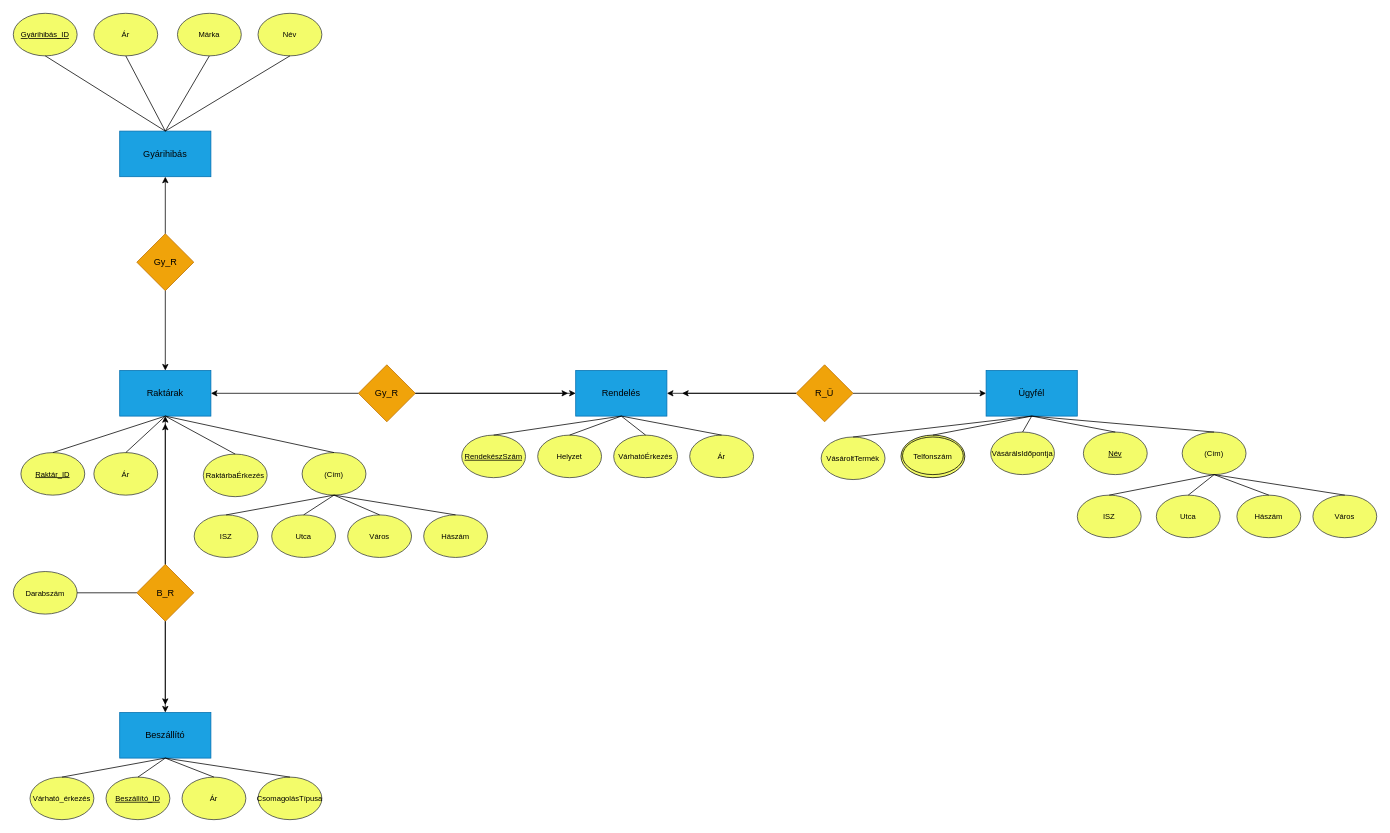
Above: DBSemTaskCBOYZF/ERCBOYZF.drawio in GYKevin190/CBOYZF_DB1Gyak (draw.io), before the change. Source tidied: cells renumbered, new cells numbered last; positions are measured from the earlier drawing's top-left corner, leaving out a move shared by most shapes. Both pictures are drawn from the tidied source at 76%, with x=0, y=0 at pixel (13, 13).
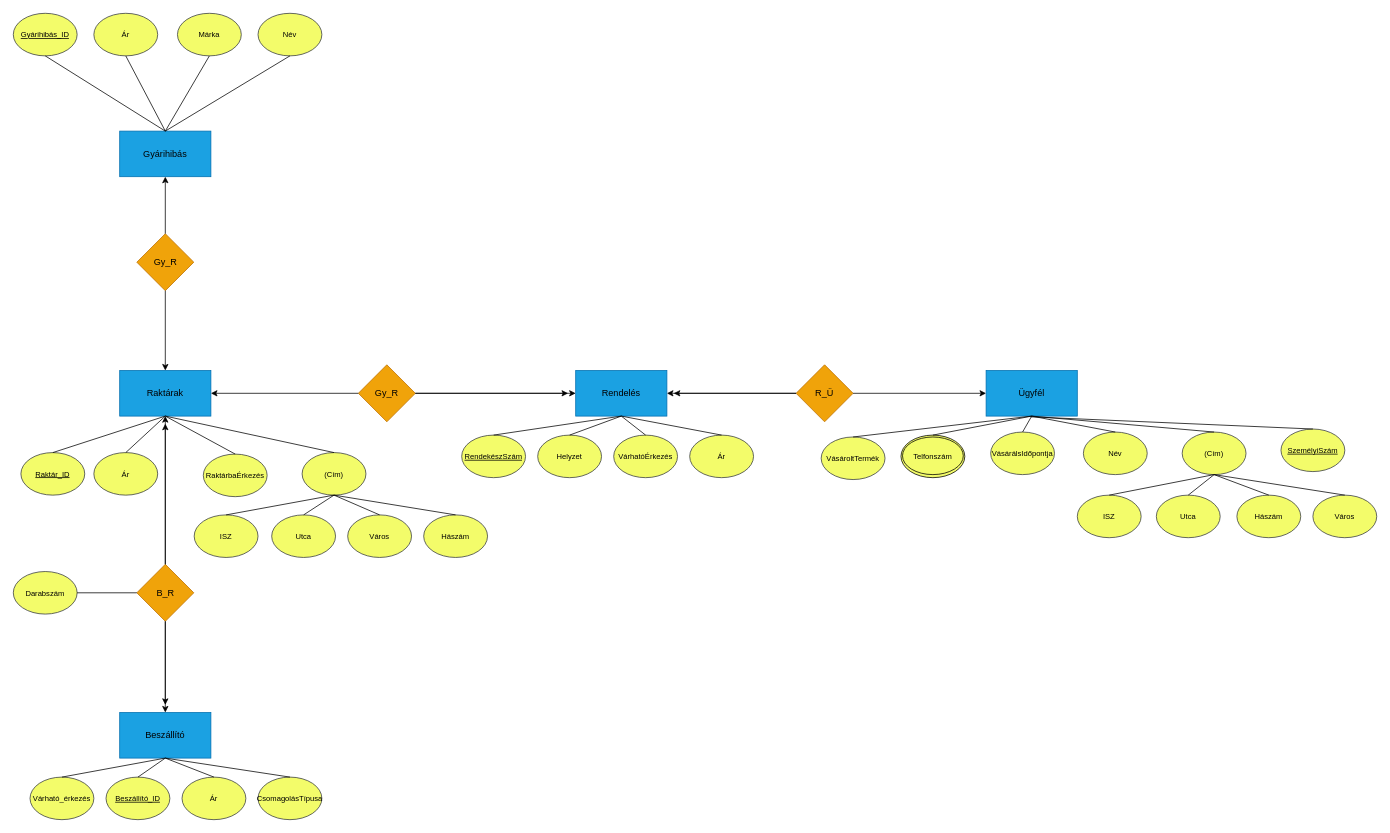
The same diagram, later.

The change refers to these unchanged cells:
```xml
<mxCell id="56" value="R_Ü" style="rhombus;whiteSpace=wrap;html=1;fillColor=#f0a30a;fontColor=#000000;strokeColor=#BD7000;" parent="1" vertex="1">
  <mxGeometry x="1030" y="462.5" width="75" height="75" as="geometry" />
</mxCell>
```

Diff of the diagram source:
```diff
@@
-    <mxCell id="30" value="Név" style="ellipse;whiteSpace=wrap;html=1;fontSize=10;fontStyle=4;fillColor=#F3FC6A;strokeColor=#36393d;" parent="1" vertex="1">
+    <mxCell id="30" value="Név" style="ellipse;whiteSpace=wrap;html=1;fontSize=10;fontStyle=0;fillColor=#F3FC6A;strokeColor=#36393d;" parent="1" vertex="1">
       <mxGeometry x="1408" y="551" width="84" height="56" as="geometry" />
     </mxCell>
@@
     <mxCell id="81" style="endArrow=classic;html=1;rounded=0;strokeColor=#000000;fontSize=10;exitX=0;exitY=0.5;exitDx=0;exitDy=0;" parent="1" edge="1" source="56">
       <mxGeometry relative="1" as="geometry">
-        <mxPoint x="880" y="500" as="targetPoint" />
+        <mxPoint x="869" y="500" as="targetPoint" />
       </mxGeometry>
     </mxCell>
@@
+    <mxCell id="84" value="SzemélyiSzám" style="ellipse;whiteSpace=wrap;html=1;fontSize=10;fontStyle=4;fillColor=#F3FC6A;strokeColor=#36393d;" parent="1" vertex="1">
+      <mxGeometry x="1668" y="547" width="84" height="56" as="geometry" />
+    </mxCell>
+    <mxCell id="85" style="endArrow=none;html=1;rounded=0;exitX=0.5;exitY=0;exitDx=0;exitDy=0;" parent="1" edge="1" source="84">
+      <mxGeometry relative="1" as="geometry">
+        <mxPoint x="1339" y="531" as="targetPoint" />
+      </mxGeometry>
+    </mxCell>
```
